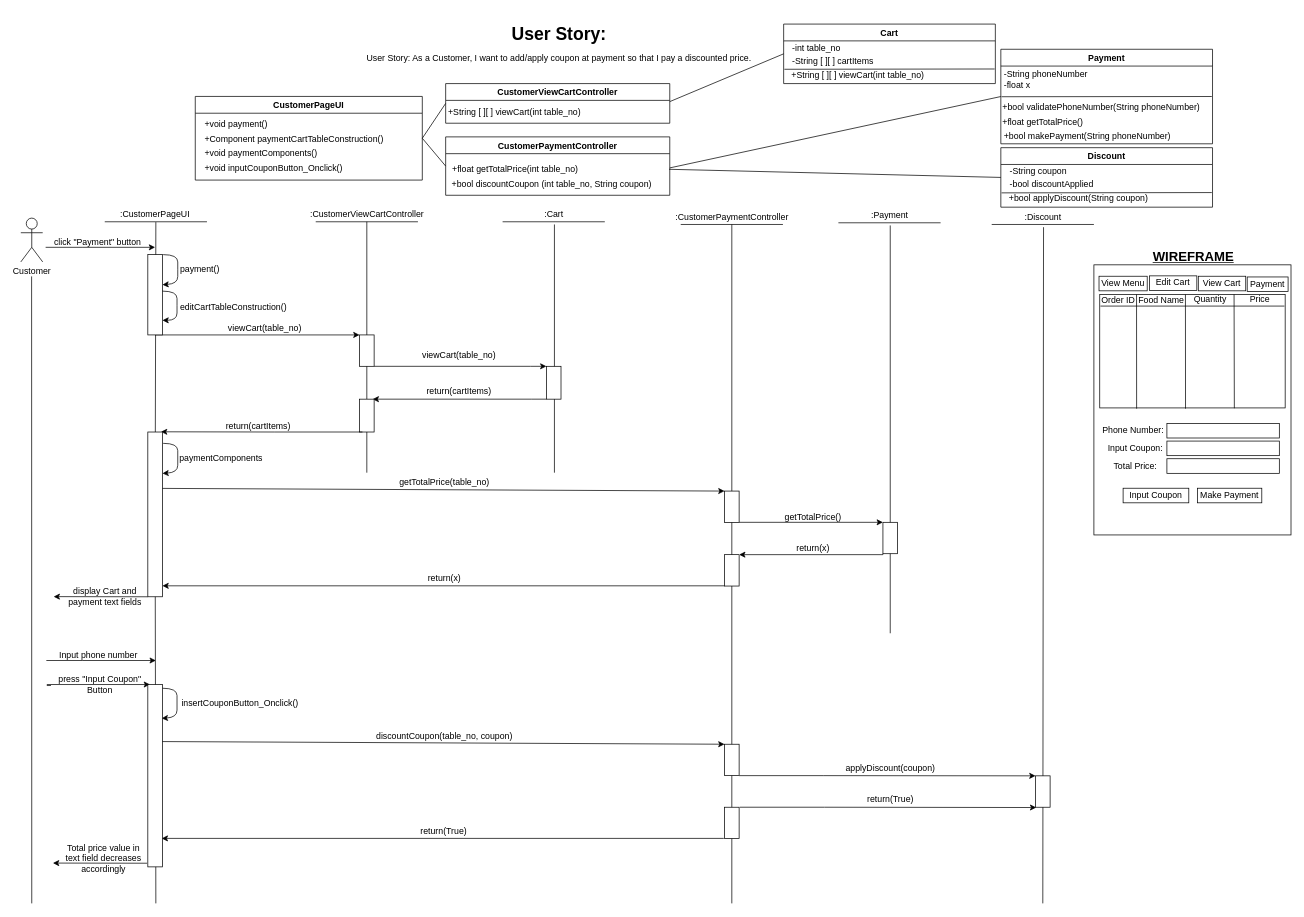
Above: BCE_UML_and_Diagrams/Customer (WIP)/Customer_ApplyDiscount(#425)/UserStory#425_ApplyDiscount.drawio in extred5700/JAVAGUI-Restaurant-Table-Order-System (draw.io), before the change. Source tidied: cells renumbered, new cells numbered last; positions are measured from the earlier drawing's top-left corner, leaving out a move shared by most shapes. Both pictures are drawn from the tidied source at 73%, with x=0, y=0 at pixel (20, 20).
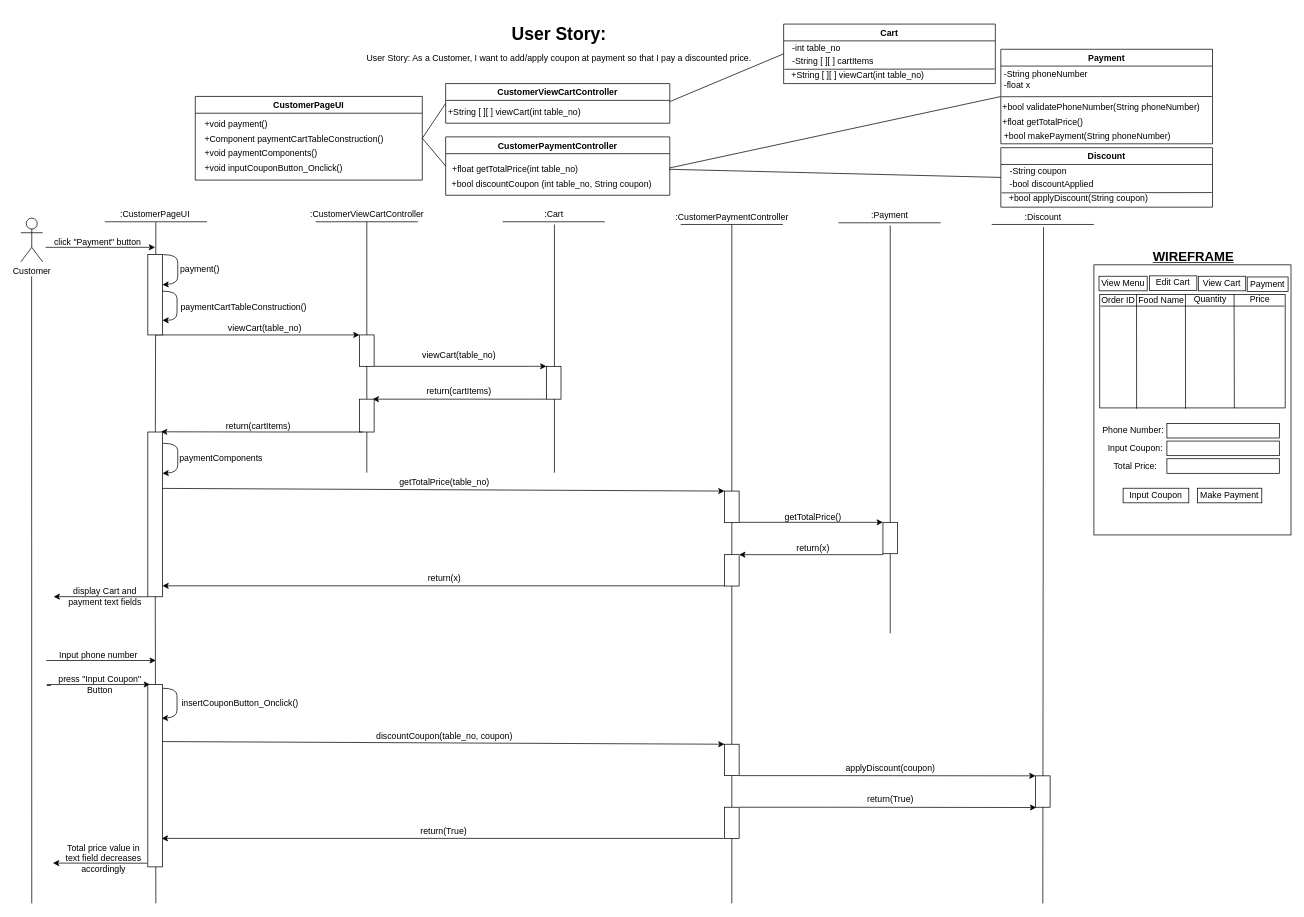
After the change.

Diff of the diagram source:
```diff
@@
-    <mxCell id="59" value="&lt;span style=&quot;font-size: 12px&quot;&gt;editCartTableConstruction()&lt;/span&gt;" style="text;html=1;align=center;verticalAlign=middle;strokeColor=none;fillColor=none;fontSize=16;" parent="1" vertex="1">
-      <mxGeometry x="211" y="377.3" width="160" height="30" as="geometry" />
+    <mxCell id="59" value="&lt;span style=&quot;font-size: 12px&quot;&gt;paymentCartTableConstruction()&lt;/span&gt;" style="text;html=1;align=center;verticalAlign=middle;strokeColor=none;fillColor=none;fontSize=16;" parent="1" vertex="1">
+      <mxGeometry x="210" y="375.8" width="190" height="30" as="geometry" />
     </mxCell>
```
